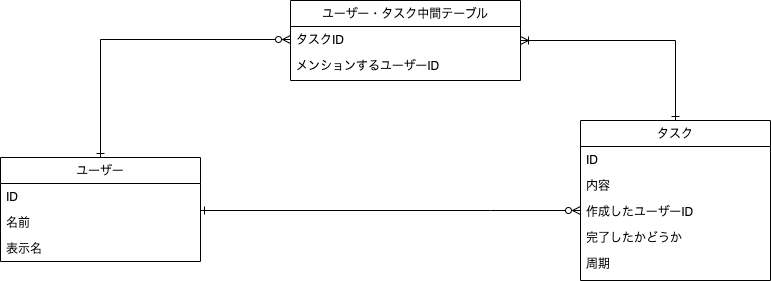
Earlier version of the draw.io export db/db-modeling-4/DB4 Diagram.drawio.png (yuikoito/PrAhaChallenge). Source tidied: cells renumbered, new cells last; positions are measured from the earlier drawing's top-left corner, leaving out a move shared by most shapes.
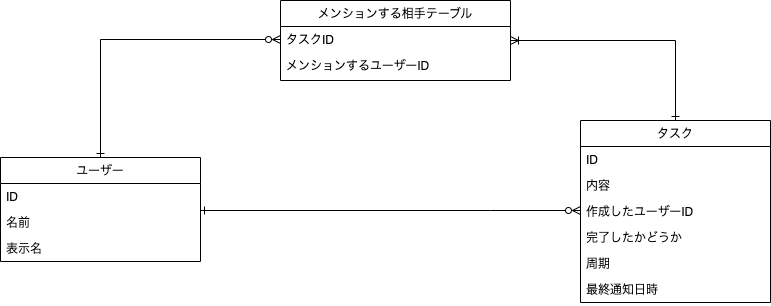
Later version of the same file.

Diff of the diagram source:
```diff
@@ -26,7 +26,7 @@
       <mxGeometry y="78" width="200" height="26" as="geometry" />
     </mxCell>
     <mxCell id="8" value="タスク" style="swimlane;fontStyle=0;align=center;verticalAlign=top;horizontal=1;startSize=26;rounded=0;shadow=0;strokeWidth=1;" parent="1" vertex="1">
-      <mxGeometry x="580" y="120" width="190" height="160" as="geometry" />
+      <mxGeometry x="580" y="120" width="190" height="182" as="geometry" />
     </mxCell>
     <mxCell id="9" value="ID" style="text;align=left;verticalAlign=top;spacingLeft=4;spacingRight=4;overflow=hidden;" parent="8" vertex="1">
       <mxGeometry y="26" width="190" height="26" as="geometry" />
@@ -43,11 +43,14 @@
     <mxCell id="13" value="周期" style="text;align=left;verticalAlign=top;spacingLeft=4;spacingRight=4;overflow=hidden;" parent="8" vertex="1">
       <mxGeometry y="130" width="190" height="26" as="geometry" />
     </mxCell>
+    <mxCell id="18" value="最終通知日時" style="text;align=left;verticalAlign=top;spacingLeft=4;spacingRight=4;overflow=hidden;" parent="8" vertex="1">
+      <mxGeometry y="156" width="190" height="26" as="geometry" />
+    </mxCell>
     <mxCell id="14" style="edgeStyle=orthogonalEdgeStyle;rounded=0;jettySize=auto;html=1;startArrow=ERoneToMany;startFill=0;endArrow=ERone;endFill=0;" parent="1" edge="1" source="15" target="8">
       <mxGeometry relative="1" as="geometry" />
     </mxCell>
-    <mxCell id="15" value="ユーザー・タスク中間テーブル" style="swimlane;fontStyle=0;align=center;verticalAlign=top;horizontal=1;startSize=26;rounded=0;shadow=0;strokeWidth=1;" parent="1" vertex="1">
-      <mxGeometry x="290" width="230" height="80" as="geometry" />
+    <mxCell id="15" value="メンションする相手テーブル" style="swimlane;fontStyle=0;align=center;verticalAlign=top;horizontal=1;startSize=26;rounded=0;shadow=0;strokeWidth=1;" parent="1" vertex="1">
+      <mxGeometry x="280" width="230" height="80" as="geometry" />
     </mxCell>
     <mxCell id="16" value="タスクID" style="text;align=left;verticalAlign=top;spacingLeft=4;spacingRight=4;overflow=hidden;points=[[0,0.5],[1,0.5]];portConstraint=eastwest;" parent="15" vertex="1">
       <mxGeometry y="26" width="230" height="26" as="geometry" />
```
